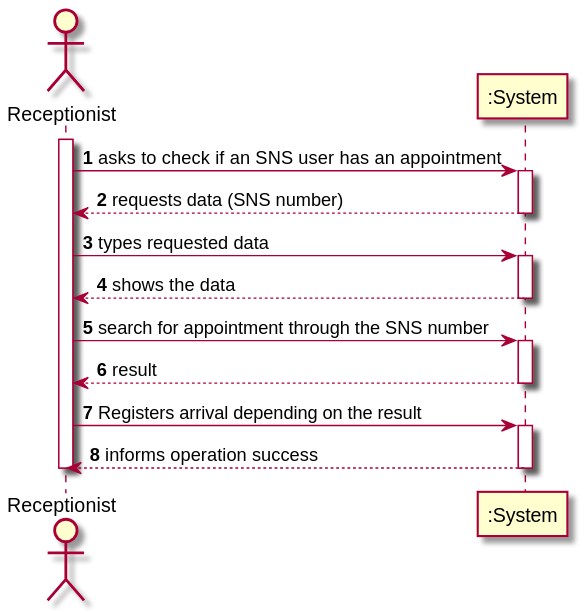
Before: docs/SprintC/US004/US004_SSD.svg, a diagram exported from PlantUML (Pirussa/lei-22-s2-1da-g02).
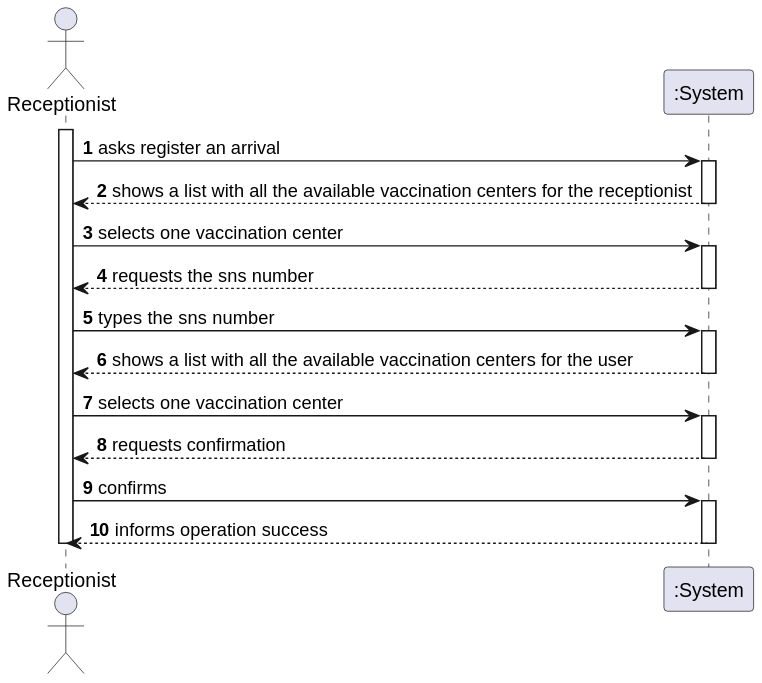
After the change.

Commit message:
US004 - Design - Changes and improvements on all the diagrams Implementation - Change method checkIfAlreadyRegistered from the Arrival class to the VaccinationCenter.

Diff of the diagram source:
```diff
@@ -4,22 +4,27 @@
 
 activate R
 
-R -> ":System" : asks to check if an SNS user has an appointment
+R -> ":System" : asks register an arrival
 activate ":System"
-":System" --> R : requests data (SNS number)
+":System" --> R : shows a list with all the available vaccination centers for the receptionist
 deactivate ":System"
 
-R -> ":System" : types requested data
+R -> ":System" : selects one vaccination center
 activate ":System"
-":System" --> R : shows the data
+":System" --> R : requests the sns number
 deactivate ":System"
 
-R -> ":System" : search for appointment through the SNS number
+R -> ":System" : types the sns number
 activate ":System"
-":System" --> R : result
+":System" --> R : shows a list with all the available vaccination centers for the user
 deactivate ":System"
 
-R -> ":System" : Registers arrival depending on the result
+R -> ":System" : selects one vaccination center
+activate ":System"
+":System" --> R : requests confirmation
+deactivate ":System"
+
+R -> ":System" : confirms
 activate ":System"
 ":System" --> R : informs operation success
 deactivate ":System"
```
